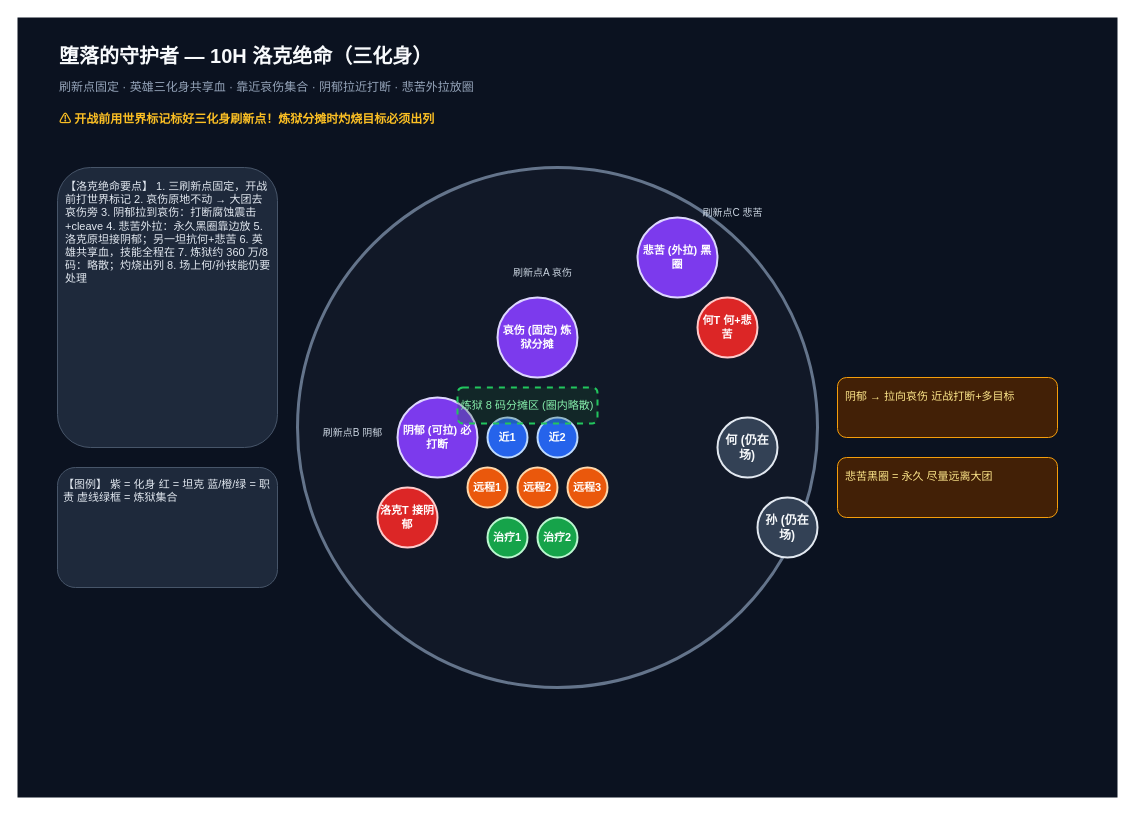
legend-road/wowsoo keeps this draw.io diagram as assets/protectors/protectors-02-rook-dm.drawio. Above is the earlier version. Source tidied: cells renumbered, new cells numbered last; positions are measured from the earlier drawing's top-left corner, leaving out a move shared by most shapes. Both pictures are drawn from the tidied source at 100%, with x=0, y=0 at pixel (17, 17).
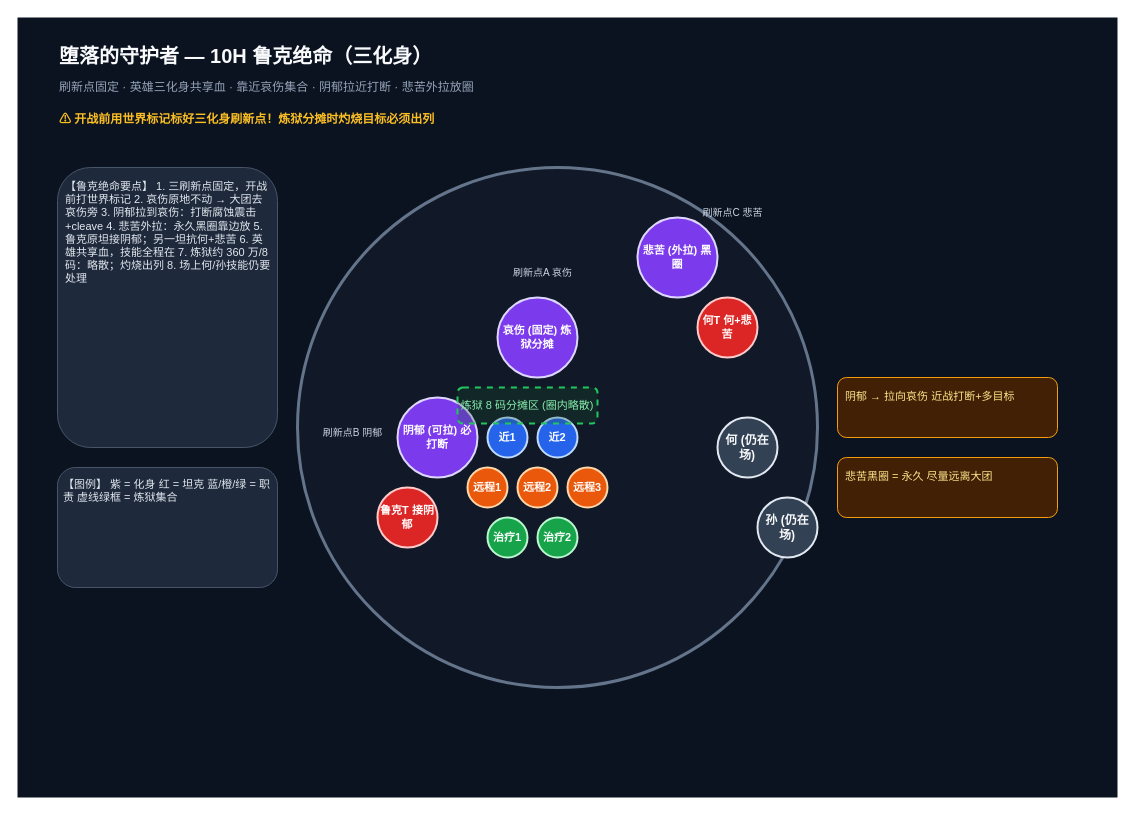
Above is the later version.

What changed in the source:
```diff
@@
-    <mxCell id="3" value="堕落的守护者 — 10H 洛克绝命（三化身）" style="text;html=1;strokeColor=none;fillColor=none;align=left;verticalAlign=middle;whiteSpace=wrap;rounded=0;fontColor=#F8FAFC;fontSize=20;fontStyle=1;fontFamily=Helvetica;" parent="1" vertex="1">
+    <mxCell id="3" value="堕落的守护者 — 10H 鲁克绝命（三化身）" style="text;html=1;strokeColor=none;fillColor=none;align=left;verticalAlign=middle;whiteSpace=wrap;rounded=0;fontColor=#F8FAFC;fontSize=20;fontStyle=1;fontFamily=Helvetica;" parent="1" vertex="1">
       <mxGeometry x="40" y="20" width="720" height="36" as="geometry" />
     </mxCell>
@@
-    <mxCell id="13" value="洛克T 接阴郁" style="ellipse;whiteSpace=wrap;html=1;fillColor=#DC2626;strokeColor=#FECACA;strokeWidth=2;fontColor=#FFFFFF;fontStyle=1;fontSize=11;" parent="1" vertex="1">
+    <mxCell id="13" value="鲁克T 接阴郁" style="ellipse;whiteSpace=wrap;html=1;fillColor=#DC2626;strokeColor=#FECACA;strokeWidth=2;fontColor=#FFFFFF;fontStyle=1;fontSize=11;" parent="1" vertex="1">
       <mxGeometry x="360" y="470" width="60" height="60" as="geometry" />
     </mxCell>
@@
-    <mxCell id="25" value="【洛克绝命要点】 1. 三刷新点固定，开战前打世界标记 2. 哀伤原地不动 → 大团去哀伤旁 3. 阴郁拉到哀伤：打断腐蚀震击+cleave 4. 悲苦外拉：永久黑圈靠边放 5. 洛克原坦接阴郁；另一坦抗何+悲苦 6. 英雄共享血，技能全程在 7. 炼狱约 360 万/8 码：略散；灼烧出列 8. 场上何/孙技能仍要处理" style="rounded=1;whiteSpace=wrap;html=1;fillColor=#1E293B;strokeColor=#475569;strokeWidth=1;fontColor=#E2E8F0;align=left;verticalAlign=top;spacing=8;fontSize=11;" parent="1" vertex="1">
+    <mxCell id="25" value="【鲁克绝命要点】 1. 三刷新点固定，开战前打世界标记 2. 哀伤原地不动 → 大团去哀伤旁 3. 阴郁拉到哀伤：打断腐蚀震击+cleave 4. 悲苦外拉：永久黑圈靠边放 5. 鲁克原坦接阴郁；另一坦抗何+悲苦 6. 英雄共享血，技能全程在 7. 炼狱约 360 万/8 码：略散；灼烧出列 8. 场上何/孙技能仍要处理" style="rounded=1;whiteSpace=wrap;html=1;fillColor=#1E293B;strokeColor=#475569;strokeWidth=1;fontColor=#E2E8F0;align=left;verticalAlign=top;spacing=8;fontSize=11;" parent="1" vertex="1">
       <mxGeometry x="40" y="150" width="220" height="280" as="geometry" />
     </mxCell>
```
